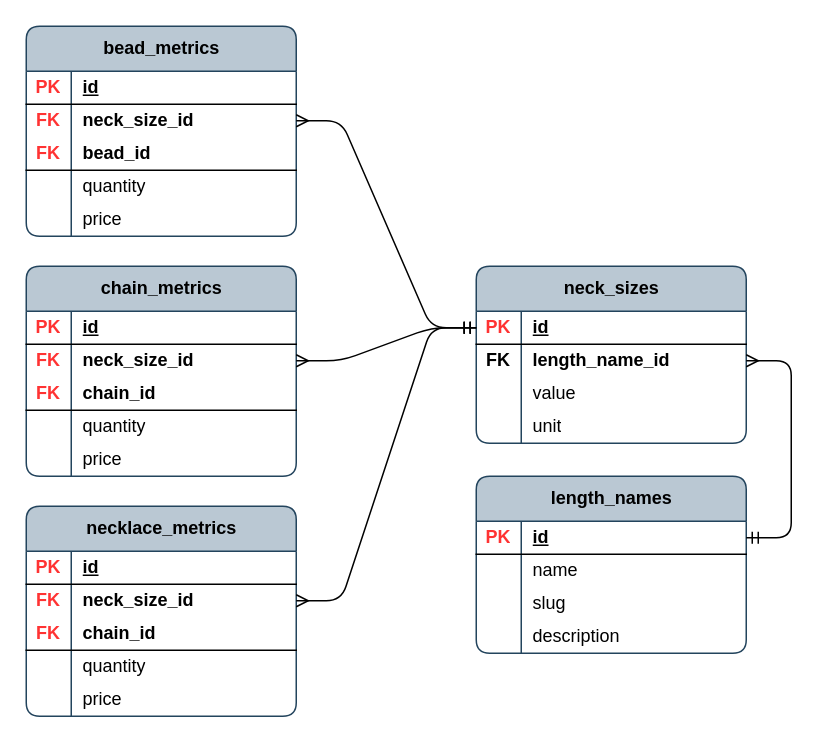
Before: page "jw_neck_sizes" (14 of 15) of publisher/laravel-app/psql_jewellery_items.drawio in Local-development-environment/msg-brokers-publisher-consumer, a draw.io diagram. Source tidied: cells renumbered, new cells numbered last; positions are measured from the earlier drawing's top-left corner, leaving out a move shared by most shapes. Both pictures are drawn from the tidied source at 150%, with x=0, y=0 at pixel (26, 26).
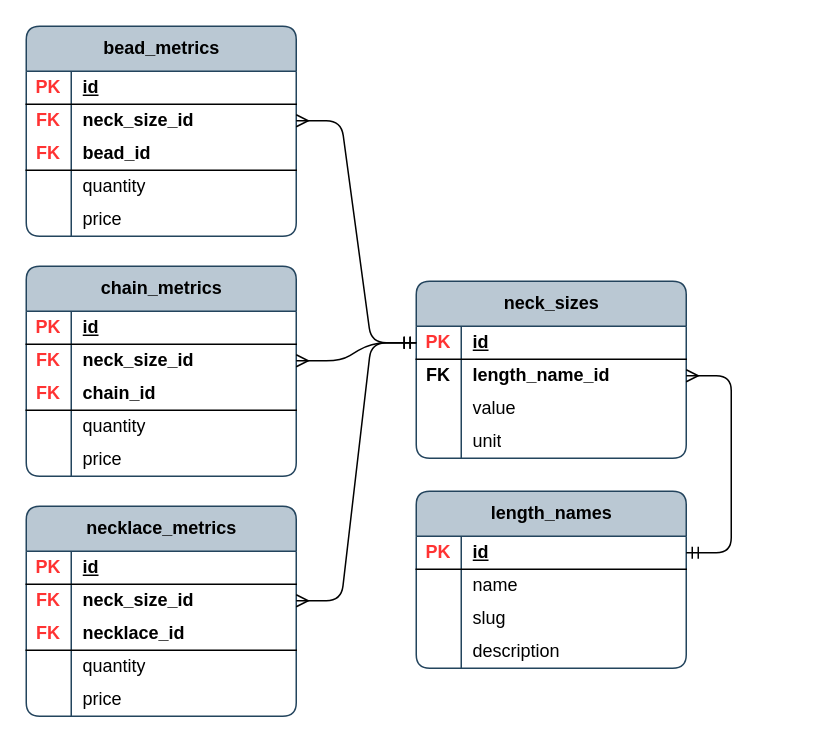
Above is the later version.

Unchanged cells that the change refers to:
```xml
<mxCell id="25" style="shape=tableRow;horizontal=0;startSize=0;swimlaneHead=0;swimlaneBody=0;fillColor=none;top=0;left=0;right=0;bottom=1;rounded=0;" parent="18" vertex="1">
  <mxGeometry y="74" width="180" height="22" as="geometry" />
</mxCell>
```

The edit, as a diff of the source:
```diff
@@
-    <mxCell id="27" value="&lt;b&gt;chain_id&lt;/b&gt;" style="shape=partialRectangle;fillColor=none;top=0;left=0;bottom=0;right=0;align=left;spacingLeft=6;overflow=hidden;whiteSpace=wrap;html=1;" parent="25" vertex="1">
+    <mxCell id="27" value="&lt;b&gt;necklace_id&lt;/b&gt;" style="shape=partialRectangle;fillColor=none;top=0;left=0;bottom=0;right=0;align=left;spacingLeft=6;overflow=hidden;whiteSpace=wrap;html=1;" parent="25" vertex="1">
       <mxGeometry x="30" width="150" height="22" as="geometry" />
     </mxCell>
@@
     <mxCell id="50" value="neck_sizes" style="shape=table;startSize=30;childLayout=tableLayout;rowLines=0;fontStyle=1;align=center;html=1;rounded=1;swimlaneFillColor=none;fillColor=#bac8d3;strokeColor=#23445d;columnLines=1;arcSize=10;" parent="1" vertex="1">
-      <mxGeometry x="300" y="160" width="180" height="118" as="geometry" />
+      <mxGeometry x="260" y="170" width="180" height="118" as="geometry" />
     </mxCell>
@@
     <mxCell id="63" value="length_names" style="shape=table;startSize=30;childLayout=tableLayout;rowLines=0;fontStyle=1;align=center;html=1;rounded=1;swimlaneFillColor=none;fillColor=#bac8d3;strokeColor=#23445d;columnLines=1;arcSize=10;" parent="1" vertex="1">
-      <mxGeometry x="300" y="300" width="180" height="118" as="geometry" />
+      <mxGeometry x="260" y="310" width="180" height="118" as="geometry" />
     </mxCell>
```
